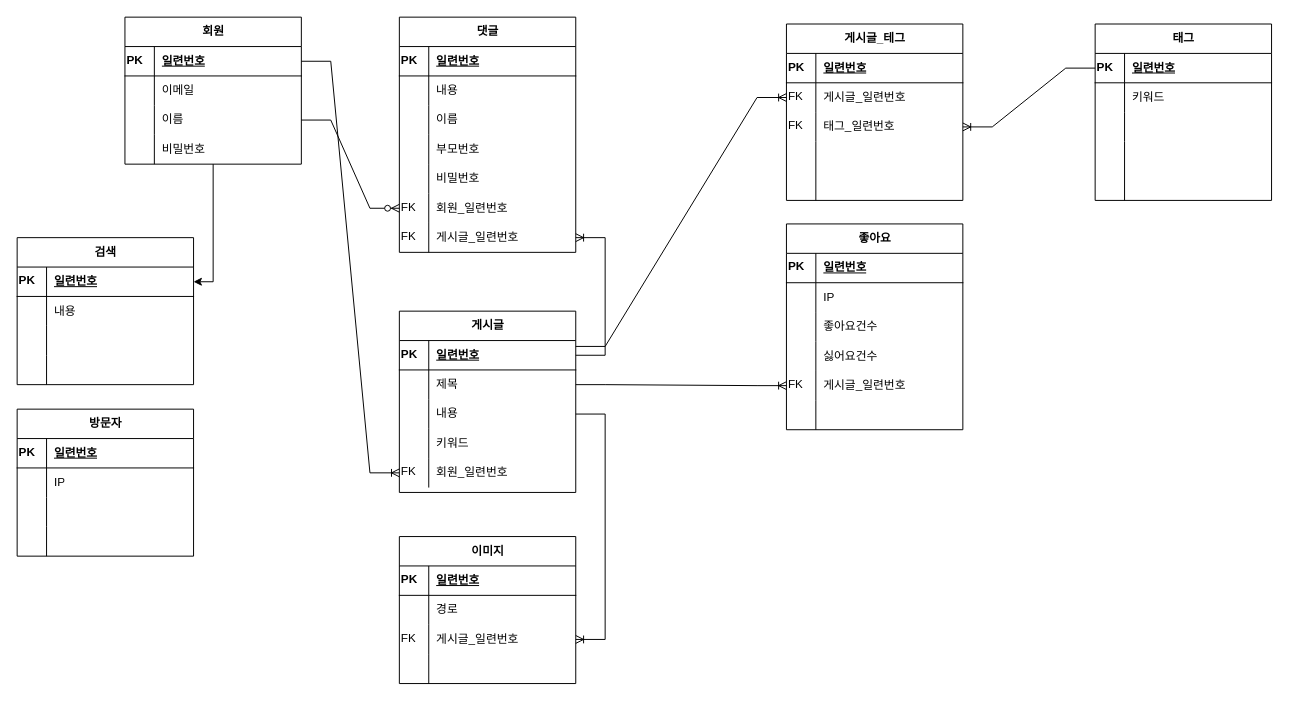
jookyungkim/joo-ERD keeps this draw.io diagram as blogJoo.drawio. Above is the earlier version. Source tidied: cells renumbered, new cells numbered last; positions are measured from the earlier drawing's top-left corner, leaving out a move shared by most shapes. Both pictures are drawn from the tidied source at 98%, with x=0, y=0 at pixel (17, 17).
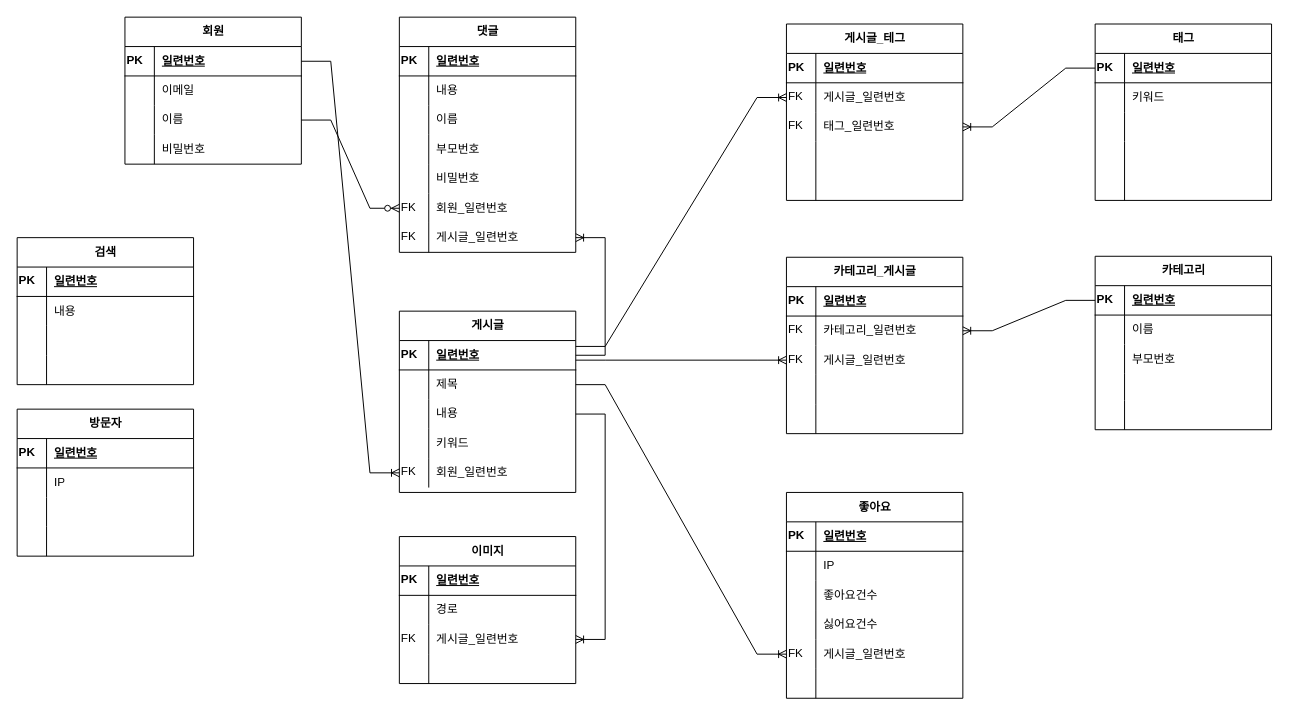
The same page after the edit.

Unchanged cells that the change refers to:
```xml
<mxCell id="3" value="회원" style="shape=table;startSize=30;childLayout=tableLayout;rowLines=0;fontStyle=1;align=center;html=1;" parent="1" vertex="1">
  <mxGeometry x="110" width="180" height="150" as="geometry" />
</mxCell>
<mxCell id="56" style="shape=partialRectangle;fillColor=none;top=0;left=0;bottom=1;right=0;points=[[0,0.5],[1,0.5]];portConstraint=eastwest;align=left;verticalAlign=top;html=1;" parent="55" vertex="1">
  <mxGeometry y="30" width="180" height="30" as="geometry" />
</mxCell>
```

Diff of the diagram source:
```diff
@@
-    <mxCell id="2" style="edgeStyle=orthogonalEdgeStyle;rounded=0;jettySize=auto;html=1;" parent="1" edge="1" source="3" target="56">
-      <mxGeometry relative="1" as="geometry" />
-    </mxCell>
@@
     <mxCell id="114" value="좋아요" style="shape=table;startSize=30;childLayout=tableLayout;rowLines=0;fontStyle=1;align=center;html=1;" parent="1" vertex="1">
-      <mxGeometry x="785" y="211" width="180" height="210" as="geometry" />
+      <mxGeometry x="785" y="485" width="180" height="210" as="geometry" />
     </mxCell>
@@
+    <mxCell id="151" value="카테고리" style="shape=table;startSize=30;childLayout=tableLayout;rowLines=0;fontStyle=1;align=center;html=1;" parent="1" vertex="1">
+      <mxGeometry x="1100" y="244" width="180" height="177" as="geometry" />
+    </mxCell>
+    <mxCell id="152" style="shape=partialRectangle;fillColor=none;top=0;left=0;bottom=1;right=0;points=[[0,0.5],[1,0.5]];portConstraint=eastwest;align=left;verticalAlign=top;html=1;" parent="151" vertex="1">
+      <mxGeometry y="30" width="180" height="30" as="geometry" />
+    </mxCell>
+    <mxCell id="153" value="PK" style="shape=partialRectangle;fillColor=none;top=0;left=0;bottom=0;right=0;fontStyle=1;overflow=hidden;align=left;verticalAlign=top;html=1;" parent="152" vertex="1">
+      <mxGeometry width="30" height="30" as="geometry" />
+    </mxCell>
+    <mxCell id="154" value="일련번호" style="shape=partialRectangle;fillColor=none;top=0;left=0;bottom=0;right=0;align=left;spacingLeft=6;fontStyle=5;overflow=hidden;html=1;" parent="152" vertex="1">
+      <mxGeometry x="30" width="150" height="30" as="geometry" />
+    </mxCell>
+    <mxCell id="155" style="shape=partialRectangle;fillColor=none;top=0;left=0;bottom=0;right=0;align=left;verticalAlign=top;html=1;" parent="151" vertex="1">
+      <mxGeometry y="60" width="180" height="30" as="geometry" />
+    </mxCell>
+    <mxCell id="156" style="shape=partialRectangle;fillColor=none;top=0;left=0;bottom=0;right=0;overflow=hidden;align=left;verticalAlign=top;html=1;" parent="155" vertex="1">
+      <mxGeometry width="30" height="30" as="geometry" />
+    </mxCell>
+    <mxCell id="157" value="이름" style="shape=partialRectangle;fillColor=none;top=0;left=0;bottom=0;right=0;align=left;spacingLeft=6;overflow=hidden;html=1;" parent="155" vertex="1">
+      <mxGeometry x="30" width="150" height="30" as="geometry" />
+    </mxCell>
+    <mxCell id="158" style="shape=partialRectangle;fillColor=none;top=0;left=0;bottom=0;right=0;align=left;verticalAlign=top;html=1;" parent="151" vertex="1">
+      <mxGeometry y="90" width="180" height="30" as="geometry" />
+    </mxCell>
+    <mxCell id="159" style="shape=partialRectangle;fillColor=none;top=0;left=0;bottom=0;right=0;overflow=hidden;align=left;verticalAlign=top;html=1;" parent="158" vertex="1">
+      <mxGeometry width="30" height="30" as="geometry" />
+    </mxCell>
+    <mxCell id="160" value="부모번호" style="shape=partialRectangle;fillColor=none;top=0;left=0;bottom=0;right=0;align=left;spacingLeft=6;overflow=hidden;html=1;" parent="158" vertex="1">
+      <mxGeometry x="30" width="150" height="30" as="geometry" />
+    </mxCell>
+    <mxCell id="161" style="shape=partialRectangle;fillColor=none;top=0;left=0;bottom=0;right=0;align=left;verticalAlign=top;html=1;" parent="151" vertex="1">
+      <mxGeometry y="120" width="180" height="27" as="geometry" />
+    </mxCell>
+    <mxCell id="162" style="shape=partialRectangle;fillColor=none;top=0;left=0;bottom=0;right=0;overflow=hidden;align=left;verticalAlign=top;html=1;" parent="161" vertex="1">
+      <mxGeometry width="30" height="27" as="geometry" />
+    </mxCell>
+    <mxCell id="163" style="shape=partialRectangle;fillColor=none;top=0;left=0;bottom=0;right=0;align=left;spacingLeft=6;overflow=hidden;html=1;" parent="161" vertex="1">
+      <mxGeometry x="30" width="150" height="27" as="geometry" />
+    </mxCell>
+    <mxCell id="164" style="shape=partialRectangle;fillColor=none;top=0;left=0;bottom=0;right=0;align=left;verticalAlign=top;html=1;" parent="151" vertex="1">
+      <mxGeometry y="147" width="180" height="30" as="geometry" />
+    </mxCell>
+    <mxCell id="165" style="shape=partialRectangle;fillColor=none;top=0;left=0;bottom=0;right=0;overflow=hidden;align=left;verticalAlign=top;html=1;" parent="164" vertex="1">
+      <mxGeometry width="30" height="30" as="geometry" />
+    </mxCell>
+    <mxCell id="166" style="shape=partialRectangle;fillColor=none;top=0;left=0;bottom=0;right=0;align=left;spacingLeft=6;overflow=hidden;html=1;" parent="164" vertex="1">
+      <mxGeometry x="30" width="150" height="30" as="geometry" />
+    </mxCell>
+    <mxCell id="167" value="카테고리_게시글" style="shape=table;startSize=30;childLayout=tableLayout;rowLines=0;fontStyle=1;align=center;html=1;" parent="1" vertex="1">
+      <mxGeometry x="785" y="245" width="180" height="180" as="geometry" />
+    </mxCell>
+    <mxCell id="168" style="shape=partialRectangle;fillColor=none;top=0;left=0;bottom=1;right=0;align=left;verticalAlign=top;html=1;" parent="167" vertex="1">
+      <mxGeometry y="30" width="180" height="30" as="geometry" />
+    </mxCell>
+    <mxCell id="169" value="PK" style="shape=partialRectangle;fillColor=none;top=0;left=0;bottom=0;right=0;fontStyle=1;overflow=hidden;align=left;verticalAlign=top;html=1;" parent="168" vertex="1">
+      <mxGeometry width="30" height="30" as="geometry" />
+    </mxCell>
+    <mxCell id="170" value="일련번호" style="shape=partialRectangle;fillColor=none;top=0;left=0;bottom=0;right=0;align=left;spacingLeft=6;fontStyle=5;overflow=hidden;html=1;" parent="168" vertex="1">
+      <mxGeometry x="30" width="150" height="30" as="geometry" />
+    </mxCell>
+    <mxCell id="171" style="shape=partialRectangle;fillColor=none;top=0;left=0;bottom=0;right=0;points=[[0,0.5],[1,0.5]];portConstraint=eastwest;align=left;verticalAlign=top;html=1;" parent="167" vertex="1">
+      <mxGeometry y="60" width="180" height="30" as="geometry" />
+    </mxCell>
+    <mxCell id="172" value="FK" style="shape=partialRectangle;fillColor=none;top=0;left=0;bottom=0;right=0;overflow=hidden;align=left;verticalAlign=top;html=1;" parent="171" vertex="1">
+      <mxGeometry width="30" height="30" as="geometry" />
+    </mxCell>
+    <mxCell id="173" value="카테고리_일련번호" style="shape=partialRectangle;fillColor=none;top=0;left=0;bottom=0;right=0;align=left;spacingLeft=6;overflow=hidden;html=1;" parent="171" vertex="1">
+      <mxGeometry x="30" width="150" height="30" as="geometry" />
+    </mxCell>
+    <mxCell id="174" style="shape=partialRectangle;fillColor=none;top=0;left=0;bottom=0;right=0;points=[[0,0.5],[1,0.5]];portConstraint=eastwest;align=left;verticalAlign=top;html=1;" parent="167" vertex="1">
+      <mxGeometry y="90" width="180" height="30" as="geometry" />
+    </mxCell>
+    <mxCell id="175" value="FK" style="shape=partialRectangle;fillColor=none;top=0;left=0;bottom=0;right=0;overflow=hidden;align=left;verticalAlign=top;html=1;" parent="174" vertex="1">
+      <mxGeometry width="30" height="30" as="geometry" />
+    </mxCell>
+    <mxCell id="176" value="게시글_일련번호" style="shape=partialRectangle;fillColor=none;top=0;left=0;bottom=0;right=0;align=left;spacingLeft=6;overflow=hidden;html=1;" parent="174" vertex="1">
+      <mxGeometry x="30" width="150" height="30" as="geometry" />
+    </mxCell>
+    <mxCell id="177" style="shape=partialRectangle;fillColor=none;top=0;left=0;bottom=0;right=0;align=left;verticalAlign=top;html=1;" parent="167" vertex="1">
+      <mxGeometry y="120" width="180" height="30" as="geometry" />
+    </mxCell>
+    <mxCell id="178" style="shape=partialRectangle;fillColor=none;top=0;left=0;bottom=0;right=0;overflow=hidden;align=left;verticalAlign=top;html=1;" parent="177" vertex="1">
+      <mxGeometry width="30" height="30" as="geometry" />
+    </mxCell>
+    <mxCell id="179" style="shape=partialRectangle;fillColor=none;top=0;left=0;bottom=0;right=0;align=left;spacingLeft=6;overflow=hidden;html=1;" parent="177" vertex="1">
+      <mxGeometry x="30" width="150" height="30" as="geometry" />
+    </mxCell>
+    <mxCell id="180" style="shape=partialRectangle;fillColor=none;top=0;left=0;bottom=0;right=0;align=left;verticalAlign=top;html=1;" parent="167" vertex="1">
+      <mxGeometry y="150" width="180" height="30" as="geometry" />
+    </mxCell>
+    <mxCell id="181" style="shape=partialRectangle;fillColor=none;top=0;left=0;bottom=0;right=0;overflow=hidden;align=left;verticalAlign=top;html=1;" parent="180" vertex="1">
+      <mxGeometry width="30" height="30" as="geometry" />
+    </mxCell>
+    <mxCell id="182" style="shape=partialRectangle;fillColor=none;top=0;left=0;bottom=0;right=0;align=left;spacingLeft=6;overflow=hidden;html=1;" parent="180" vertex="1">
+      <mxGeometry x="30" width="150" height="30" as="geometry" />
+    </mxCell>
+    <mxCell id="183" style="edgeStyle=entityRelationEdgeStyle;fontSize=12;html=1;endArrow=ERoneToMany;rounded=0;" parent="1" edge="1" target="174">
+      <mxGeometry relative="1" as="geometry">
+        <mxPoint x="570" y="350" as="sourcePoint" />
+      </mxGeometry>
+    </mxCell>
+    <mxCell id="184" style="edgeStyle=entityRelationEdgeStyle;fontSize=12;html=1;endArrow=ERoneToMany;rounded=0;entryX=1;entryY=0.5;entryDx=0;entryDy=0;exitX=0;exitY=0.5;exitDx=0;exitDy=0;" parent="1" edge="1" source="152" target="171">
+      <mxGeometry relative="1" as="geometry" />
+    </mxCell>
```
